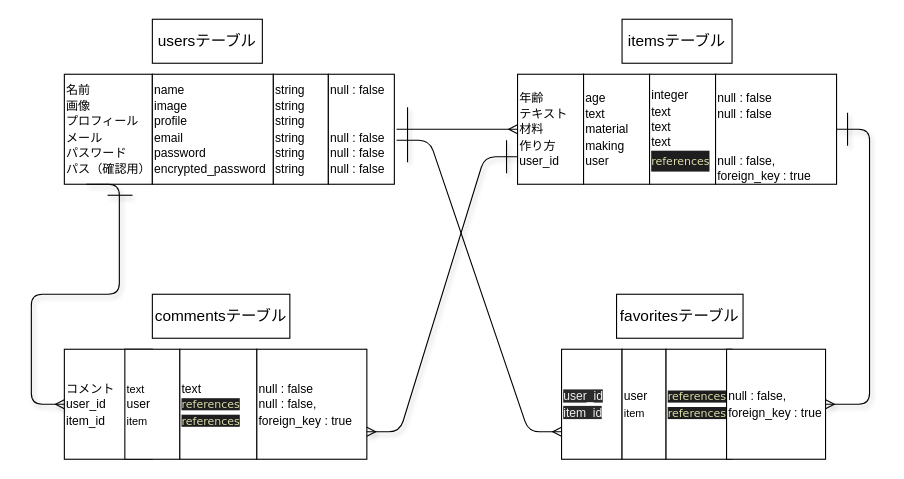
Above: little_artist.dio in yamakamisaki/little_artist (draw.io), before the change. Source tidied: cells renumbered, new cells numbered last; positions are measured from the earlier drawing's top-left corner, leaving out a move shared by most shapes. Both pictures are drawn from the tidied source at 110%, with x=0, y=0 at pixel (64, 19).
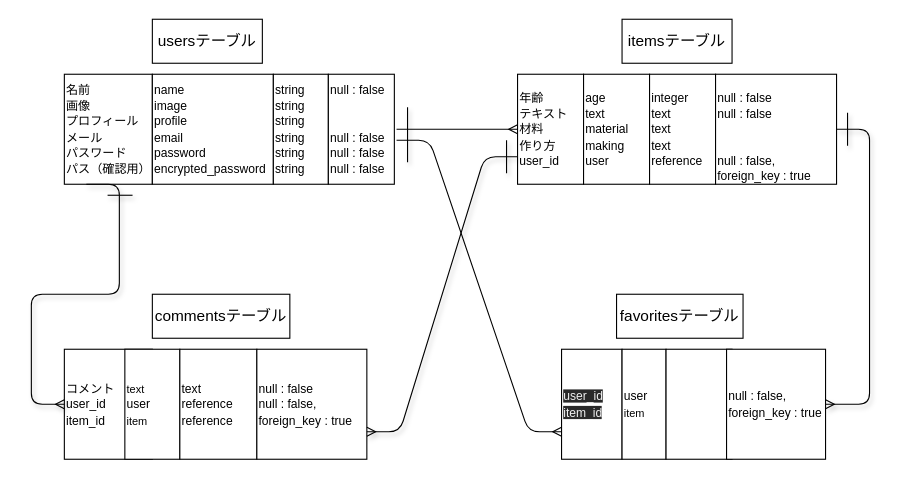
After the change.

What changed in the source:
```diff
@@
-    <mxCell id="8" value="&lt;font&gt;&lt;span style=&quot;font-size: 11px&quot;&gt;integer&lt;br&gt;text&lt;/span&gt;&lt;br&gt;&lt;span style=&quot;font-size: 11px&quot;&gt;text&lt;/span&gt;&lt;br&gt;&lt;span style=&quot;font-size: 11px&quot;&gt;text&lt;/span&gt;&lt;br&gt;&lt;div style=&quot;color: rgb(212 , 212 , 212) ; background-color: rgb(30 , 30 , 30) ; line-height: 18px&quot;&gt;&lt;span style=&quot;color: rgb(220 , 220 , 170)&quot;&gt;&lt;font face=&quot;Verdana&quot; style=&quot;font-size: 10px&quot;&gt;references&lt;/font&gt;&lt;/span&gt;&lt;/div&gt;&lt;/font&gt;" style="whiteSpace=wrap;html=1;align=left;" parent="1" vertex="1">
+    <mxCell id="8" value="&lt;font&gt;&lt;span style=&quot;font-size: 11px&quot;&gt;integer&lt;br&gt;text&lt;/span&gt;&lt;br&gt;&lt;span style=&quot;font-size: 11px&quot;&gt;text&lt;/span&gt;&lt;br&gt;&lt;span style=&quot;font-size: 11px&quot;&gt;text&lt;br&gt;reference&lt;br&gt;&lt;/span&gt;&lt;/font&gt;" style="whiteSpace=wrap;html=1;align=left;" parent="1" vertex="1">
       <mxGeometry x="532" y="50" width="60" height="100" as="geometry" />
     </mxCell>
@@
-    <mxCell id="12" value="&lt;span style=&quot;color: rgb(220 , 220 , 170) ; font-family: &amp;#34;verdana&amp;#34; ; font-size: 10px ; background-color: rgb(30 , 30 , 30)&quot;&gt;references&lt;br&gt;&lt;/span&gt;&lt;span style=&quot;color: rgb(220 , 220 , 170) ; font-family: &amp;#34;verdana&amp;#34; ; font-size: 10px ; background-color: rgb(30 , 30 , 30)&quot;&gt;references&lt;/span&gt;" style="whiteSpace=wrap;html=1;align=left;" parent="1" vertex="1">
+    <mxCell id="12" style="whiteSpace=wrap;html=1;align=left;" parent="1" vertex="1">
       <mxGeometry x="547" y="300" width="60" height="100" as="geometry" />
     </mxCell>
@@
-    <mxCell id="16" value="&lt;font style=&quot;font-size: 11px&quot;&gt;text&lt;br&gt;&lt;span style=&quot;color: rgb(220 , 220 , 170) ; font-family: &amp;#34;verdana&amp;#34; ; font-size: 10px ; background-color: rgb(30 , 30 , 30)&quot;&gt;references&lt;br&gt;&lt;/span&gt;&lt;span style=&quot;color: rgb(220 , 220 , 170) ; font-family: &amp;#34;verdana&amp;#34; ; font-size: 10px ; background-color: rgb(30 , 30 , 30)&quot;&gt;references&lt;/span&gt;&lt;br&gt;&lt;/font&gt;" style="whiteSpace=wrap;html=1;align=left;" parent="1" vertex="1">
+    <mxCell id="16" value="&lt;font style=&quot;font-size: 11px&quot;&gt;text&lt;br&gt;reference&lt;br&gt;reference&lt;br&gt;&lt;/font&gt;" style="whiteSpace=wrap;html=1;align=left;" parent="1" vertex="1">
       <mxGeometry x="105" y="300" width="70" height="100" as="geometry" />
     </mxCell>
```
